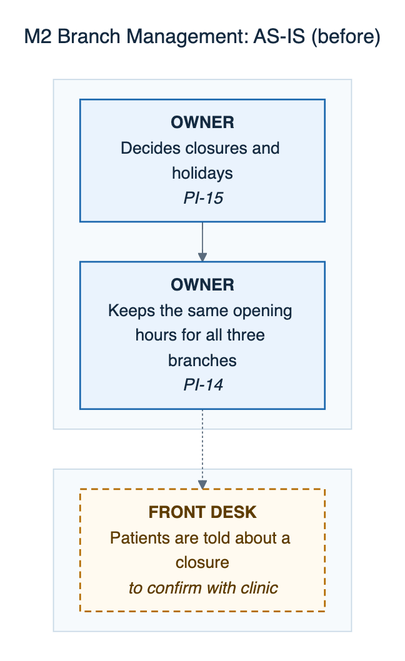
Above: docs/defense/diagrams/png/M2-branch-management-as-is.png in 0phem/multibranch-dental-clinic (Mermaid), before the change. Its source is kept beside it as docs/defense/diagrams/M2-branch-management-as-is.mmd.
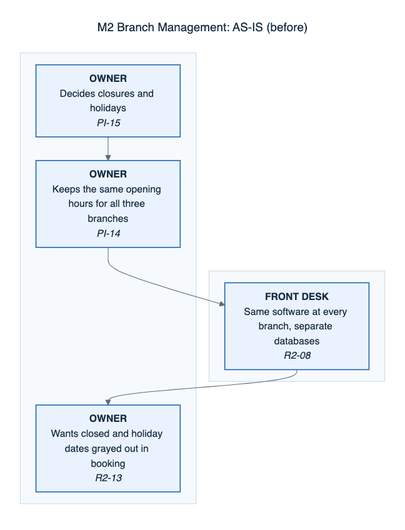
The same file after the commit.

The edit, as a diff of the source:
```diff
@@ -4,15 +4,17 @@
 flowchart TB
     subgraph L1[" "]
     direction LR
-      S2["<b>FRONT DESK</b><br/>Patients are told about a closure<br/><i>to confirm with clinic</i>"]:::confirm
+      S2["<b>FRONT DESK</b><br/>Same software at every branch, separate databases<br/><i>R2-08</i>"]:::cited
     end
     subgraph L3[" "]
     direction LR
       S0["<b>OWNER</b><br/>Decides closures and holidays<br/><i>PI-15</i>"]:::cited
       S1["<b>OWNER</b><br/>Keeps the same opening hours for all three branches<br/><i>PI-14</i>"]:::cited
+      S3["<b>OWNER</b><br/>Wants closed and holiday dates grayed out in booking<br/><i>R2-13</i>"]:::cited
     end
     S0 --> S1
-    S1 -.-> S2
+    S1 --> S2
+    S2 --> S3
     classDef cited fill:#eaf3fd,stroke:#1865ac,color:#142a40,stroke-width:1.5px
     classDef confirm fill:#fffaf0,stroke:#b26a00,color:#5e3c00,stroke-width:1.5px,stroke-dasharray:6 4
     classDef auto fill:#e6f5ee,stroke:#0c7f75,color:#0f3d33,stroke-width:1.5px
```
